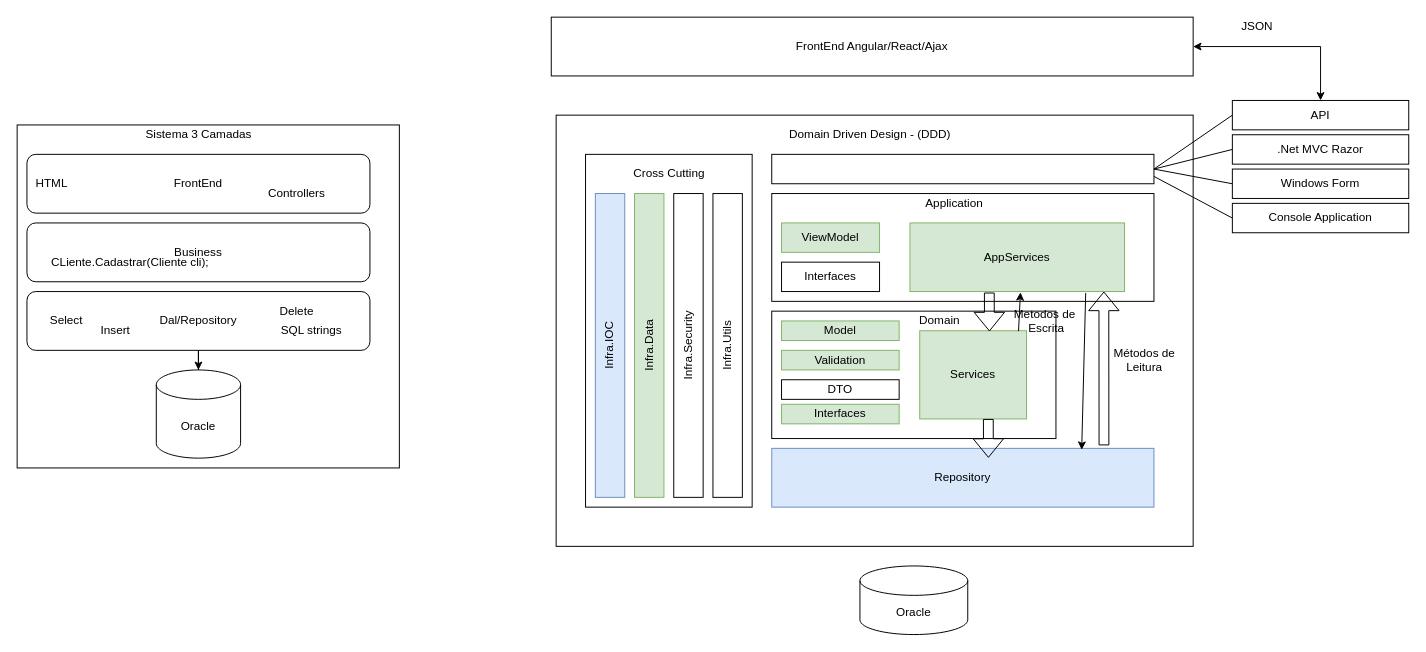
Earlier version of the draw.io diagram page "DDD" (1 of 7) of docs/diagrams.drawio (lfv500/LuBank). Source tidied: cells renumbered, new cells numbered last; positions are measured from the earlier drawing's top-left corner, leaving out a move shared by most shapes. Both pictures are drawn from the tidied source at 98%, with x=0, y=0 at pixel (17, 17).
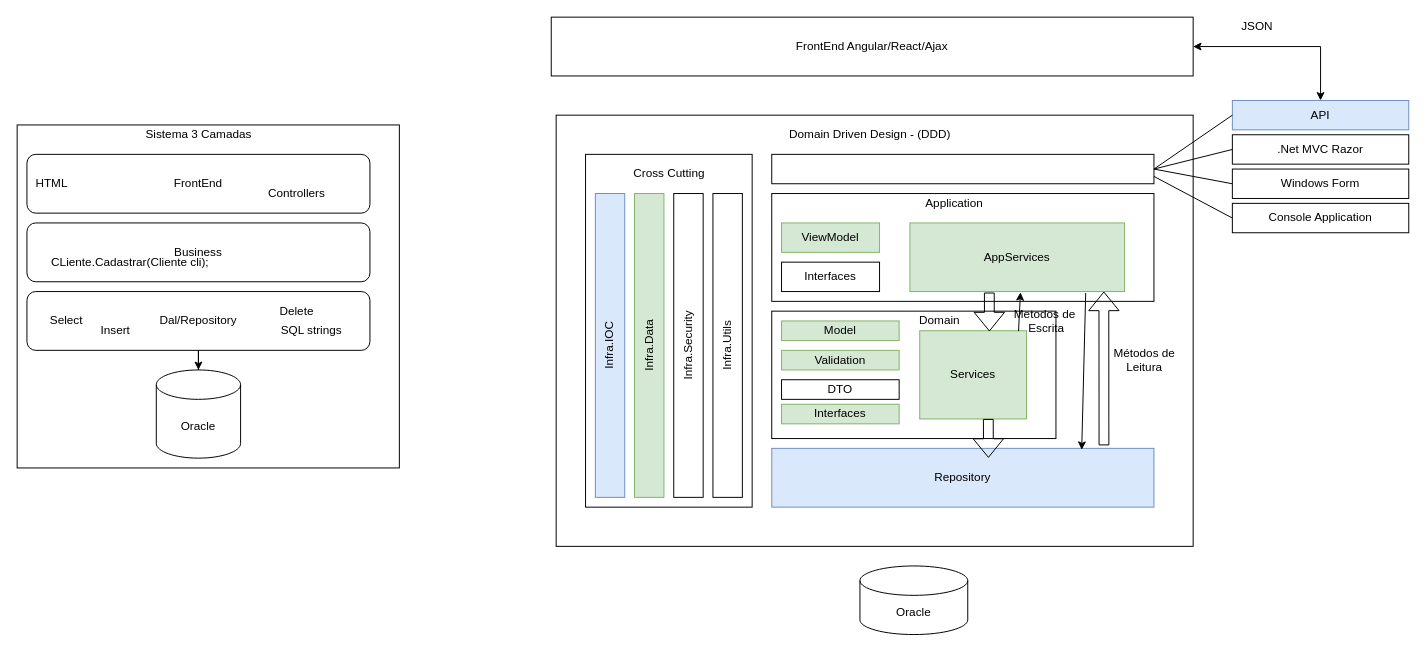
The same page after the edit.

Change to the diagram source:
```diff
@@
-    <mxCell id="48" value="API" style="rounded=0;whiteSpace=wrap;html=1;" parent="1" vertex="1">
+    <mxCell id="48" value="API" style="rounded=0;whiteSpace=wrap;html=1;fillColor=#dae8fc;strokeColor=#6c8ebf;" parent="1" vertex="1">
       <mxGeometry x="1240" y="85" width="180" height="30" as="geometry" />
     </mxCell>
```
